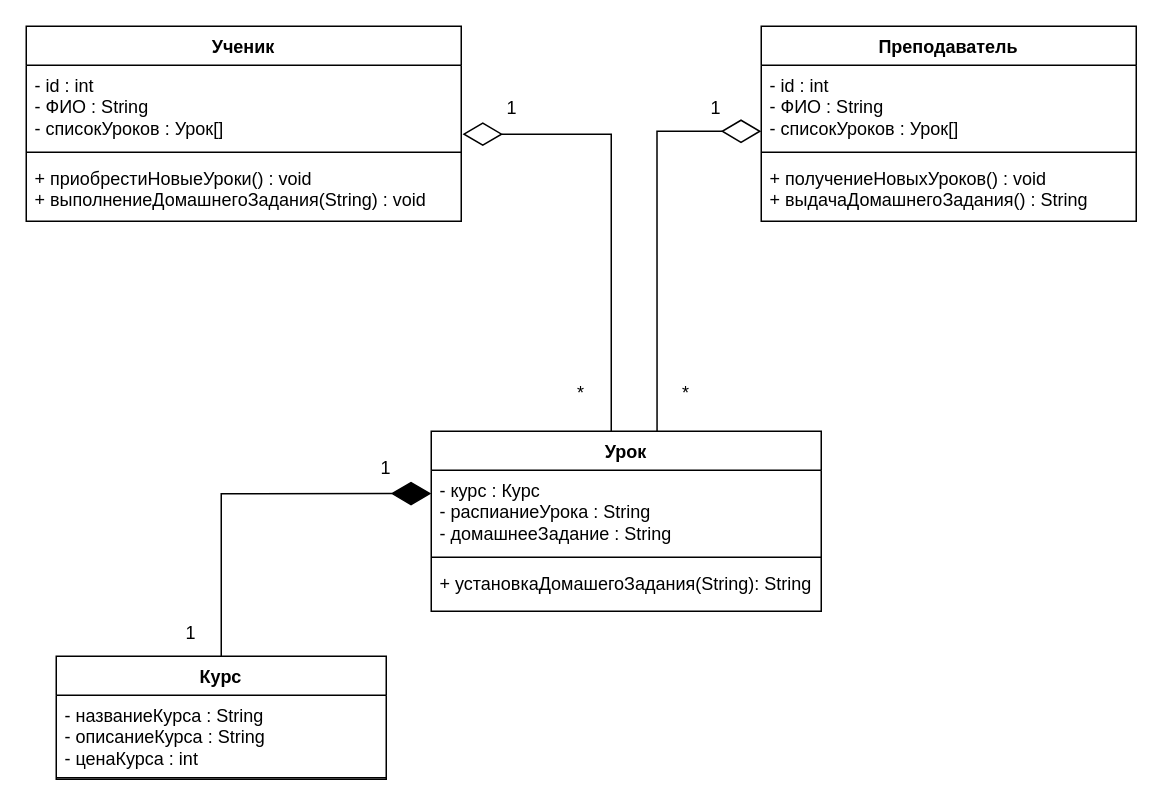
Before: OnlineSchool_Диаграмма_классов.drawio in Deviky/FOREVASIAOD, a draw.io diagram. Source tidied: cells renumbered, new cells numbered last; positions are measured from the earlier drawing's top-left corner, leaving out a move shared by most shapes. Both pictures are drawn from the tidied source at 150%, with x=0, y=0 at pixel (26, 26).
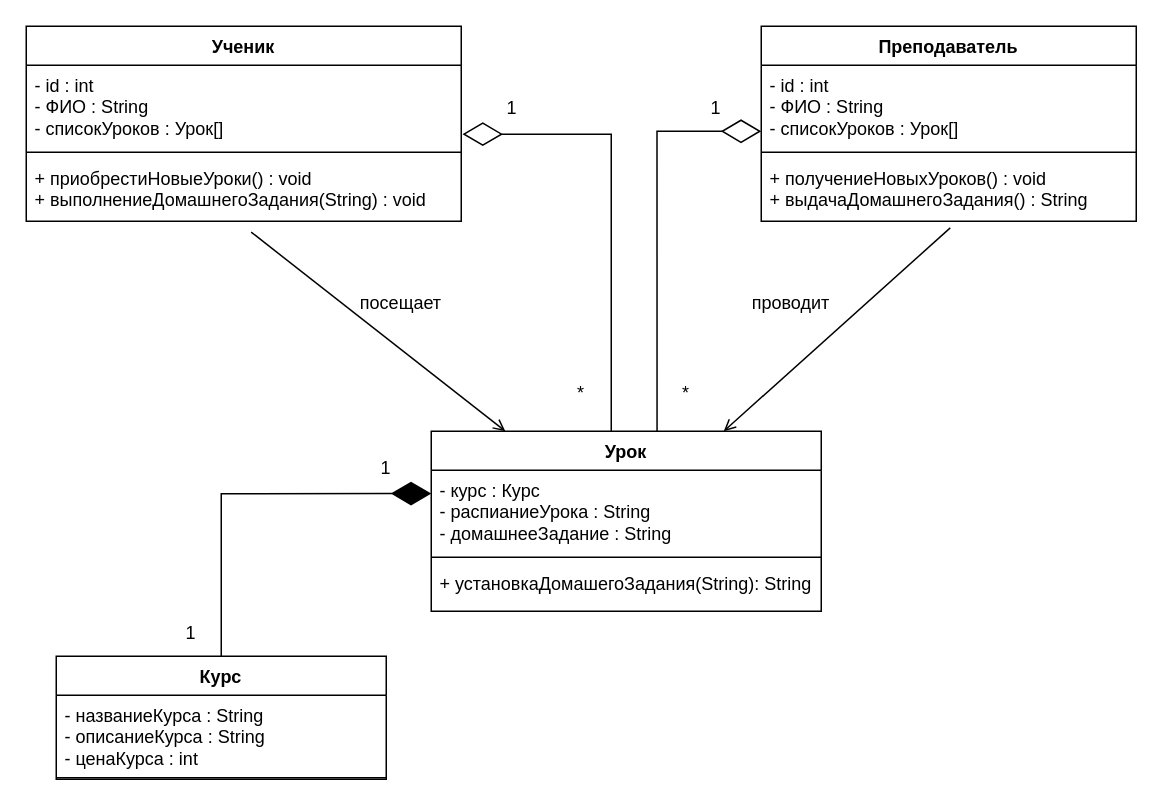
Above is the later version.

Unchanged cells that the change refers to:
```xml
<mxCell id="5" value="+ приобрестиНовыеУроки() : void&lt;div&gt;+ выполнениеДомашнегоЗадания(String) : void&lt;/div&gt;" style="text;strokeColor=none;fillColor=none;align=left;verticalAlign=top;spacingLeft=4;spacingRight=4;overflow=hidden;points=[[0,0.5],[1,0.5]];portConstraint=eastwest;whiteSpace=wrap;html=1;" parent="2" vertex="1">
  <mxGeometry y="88" width="290" height="42" as="geometry" />
</mxCell>
<mxCell id="9" value="+ получениеНовыхУроков() : void&lt;div&gt;+ выдачаДомашнегоЗадания() : String&lt;/div&gt;" style="text;strokeColor=none;fillColor=none;align=left;verticalAlign=top;spacingLeft=4;spacingRight=4;overflow=hidden;points=[[0,0.5],[1,0.5]];portConstraint=eastwest;whiteSpace=wrap;html=1;" parent="6" vertex="1">
  <mxGeometry y="88" width="250" height="42" as="geometry" />
</mxCell>
<mxCell id="13" value="Урок" style="swimlane;fontStyle=1;align=center;verticalAlign=top;horizontal=1;startSize=26;whiteSpace=wrap;html=1;" parent="1" vertex="1">
  <mxGeometry x="270" y="270" width="260" height="120" as="geometry" />
</mxCell>
```

Diff of the diagram source:
```diff
@@
+    <mxCell id="26" style="endArrow=open;html=1;rounded=0;endFill=0;exitX=0.504;exitY=1.105;exitDx=0;exitDy=0;exitPerimeter=0;entryX=0.75;entryY=0;entryDx=0;entryDy=0;" parent="1" edge="1" source="9" target="13">
+      <mxGeometry relative="1" as="geometry" />
+    </mxCell>
+    <mxCell id="27" style="endArrow=open;html=1;rounded=0;endFill=0;exitX=0.517;exitY=1.172;exitDx=0;exitDy=0;exitPerimeter=0;entryX=0.19;entryY=0;entryDx=0;entryDy=0;entryPerimeter=0;" parent="1" edge="1" source="5" target="13">
+      <mxGeometry relative="1" as="geometry" />
+    </mxCell>
+    <mxCell id="28" value="проводит" style="text;html=1;align=center;verticalAlign=middle;whiteSpace=wrap;rounded=0;" parent="1" vertex="1">
+      <mxGeometry x="480" y="170" width="60" height="30" as="geometry" />
+    </mxCell>
+    <mxCell id="29" value="посещает" style="text;html=1;align=center;verticalAlign=middle;whiteSpace=wrap;rounded=0;" parent="1" vertex="1">
+      <mxGeometry x="220" y="170" width="60" height="30" as="geometry" />
+    </mxCell>
```
